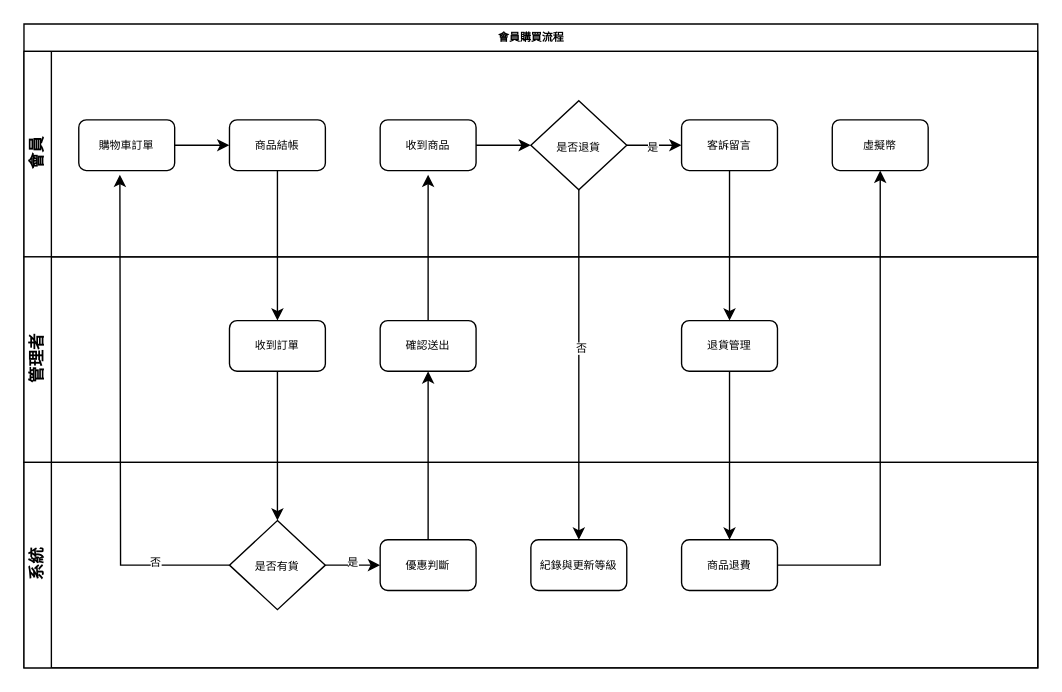
This is page "會員結帳流程" (1 of 2) of 系統規劃/購物網系統流程.drawio from Shenyoyo/ShoppingWeb, a draw.io file, before an edit. Source tidied: cells renumbered, new cells numbered last; positions are measured from the earlier drawing's top-left corner, leaving out a move shared by most shapes. Both pictures are drawn from the tidied source at 137%, with x=0, y=0 at pixel (23, 23).
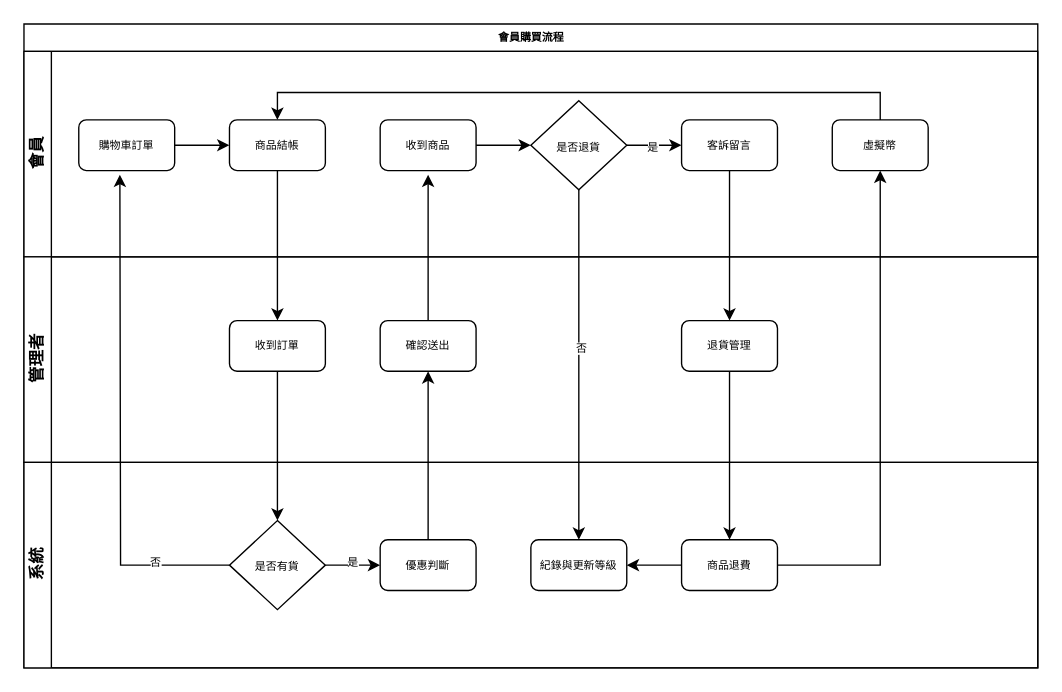
Above is the later version.

Commit message (it also covers changes not shown here):
改變刪除不是真的刪除，與設計系統流程圖

The change refers to these unchanged cells:
```xml
<mxCell id="3" value="會員" style="swimlane;html=1;startSize=20;horizontal=0;flipV=0;" parent="2" vertex="1">
  <mxGeometry y="20" width="740" height="150" as="geometry" />
</mxCell>
<mxCell id="10" value="商品結帳" style="rounded=1;whiteSpace=wrap;html=1;shadow=0;labelBackgroundColor=none;strokeWidth=1;fontFamily=Verdana;fontSize=8;align=center;" parent="3" vertex="1">
  <mxGeometry x="150" y="50" width="70" height="37" as="geometry" />
</mxCell>
<mxCell id="13" value="虛擬幣" style="rounded=1;whiteSpace=wrap;html=1;shadow=0;labelBackgroundColor=none;strokeWidth=1;fontFamily=Verdana;fontSize=8;align=center;" parent="3" vertex="1">
  <mxGeometry x="590" y="50" width="70" height="37" as="geometry" />
</mxCell>
<mxCell id="18" value="系統" style="swimlane;html=1;startSize=20;horizontal=0;" parent="2" vertex="1">
  <mxGeometry y="320" width="740" height="150" as="geometry" />
</mxCell>
<mxCell id="23" value="紀錄與更新等級" style="rounded=1;whiteSpace=wrap;html=1;shadow=0;labelBackgroundColor=none;strokeWidth=1;fontFamily=Verdana;fontSize=8;align=center;" parent="18" vertex="1">
  <mxGeometry x="370" y="56.5" width="70" height="37" as="geometry" />
</mxCell>
<mxCell id="24" value="商品退費" style="rounded=1;whiteSpace=wrap;html=1;shadow=0;labelBackgroundColor=none;strokeWidth=1;fontFamily=Verdana;fontSize=8;align=center;" parent="18" vertex="1">
  <mxGeometry x="480" y="56.5" width="70" height="37" as="geometry" />
</mxCell>
```

What changed in the source:
```diff
@@
+    <mxCell id="36" style="edgeStyle=orthogonalEdgeStyle;rounded=0;jettySize=auto;html=1;entryX=0.5;entryY=0;entryDx=0;entryDy=0;" parent="3" edge="1" source="13" target="10">
+      <mxGeometry relative="1" as="geometry">
+        <Array as="points">
+          <mxPoint x="625" y="30" />
+          <mxPoint x="185" y="30" />
+        </Array>
+      </mxGeometry>
+    </mxCell>
@@
+    <mxCell id="37" style="edgeStyle=orthogonalEdgeStyle;rounded=0;jettySize=auto;html=1;entryX=1;entryY=0.5;entryDx=0;entryDy=0;" parent="18" edge="1" source="24" target="23">
+      <mxGeometry relative="1" as="geometry" />
+    </mxCell>
```
